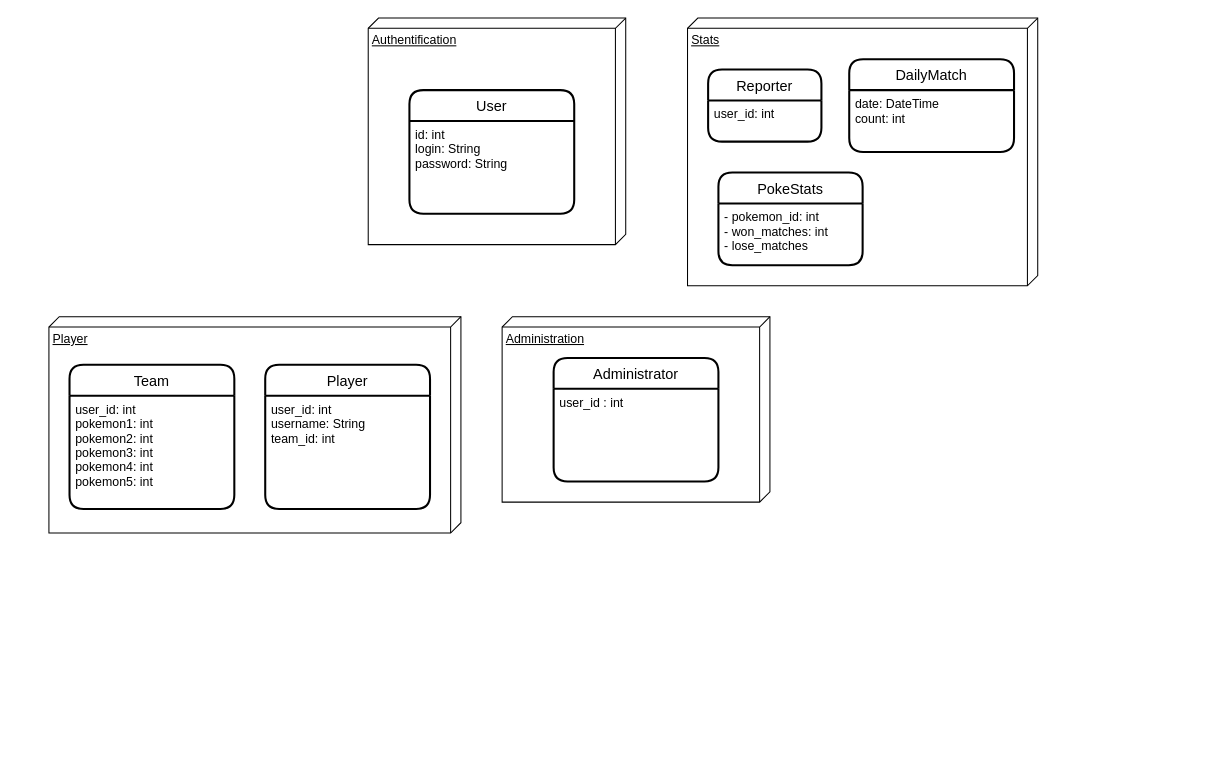
The draw.io diagram page "Page-2" (2 of 2) of doc/diagram.drawio in Hugov8/pokefumi-micros-services, before the edit. Source tidied: cells renumbered, new cells numbered last; positions are measured from the earlier drawing's top-left corner, leaving out a move shared by most shapes. Both pictures are drawn from the tidied source at 103%, with x=0, y=0 at pixel (48, 18).
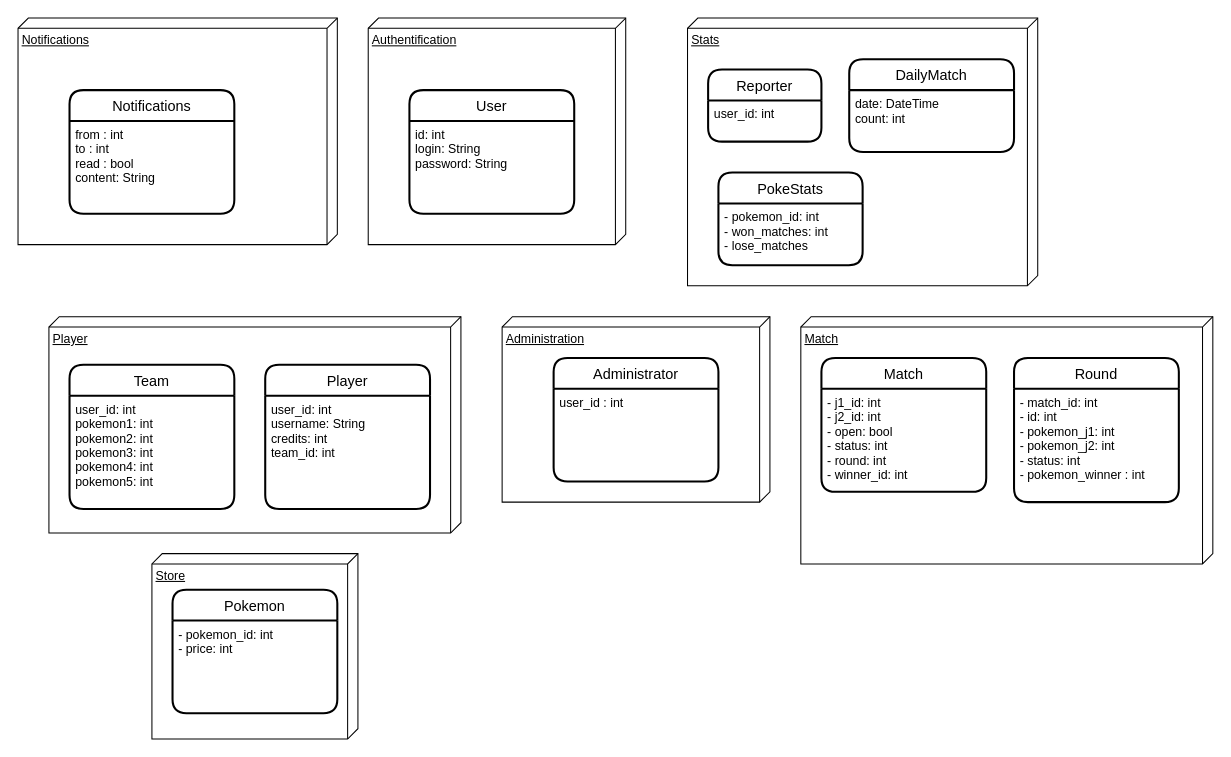
Above is the later version.

The change refers to these unchanged cells:
```xml
<mxCell id="8" value="Player" style="swimlane;horizontal=1;startSize=30;rounded=1;fontSize=14;fontStyle=0;strokeWidth=2;shadow=0;dashed=0;align=center;" parent="6" vertex="1">
  <mxGeometry x="210" y="46.7" width="160" height="140" as="geometry" />
</mxCell>
```

Diff of the diagram source:
```diff
@@
-    <mxCell id="9" value="user_id: int&#10;username: String&#10;team_id: int" style="align=left;strokeColor=none;fillColor=none;spacingLeft=4;fontSize=12;verticalAlign=top;" parent="8" vertex="1">
+    <mxCell id="9" value="user_id: int&#10;username: String&#10;credits: int&#10;team_id: int" style="align=left;strokeColor=none;fillColor=none;spacingLeft=4;fontSize=12;verticalAlign=top;" parent="8" vertex="1">
       <mxGeometry y="30" width="160" height="110" as="geometry" />
     </mxCell>
@@
+    <mxCell id="23" value="Match" style="verticalAlign=top;align=left;spacingTop=8;spacingLeft=2;spacingRight=12;shape=cube;size=10;direction=south;fontStyle=4;html=1;" parent="1" vertex="1">
+      <mxGeometry x="730" y="290" width="400" height="240" as="geometry" />
+    </mxCell>
+    <mxCell id="24" value="Match" style="swimlane;horizontal=1;startSize=30;rounded=1;fontSize=14;fontStyle=0;strokeWidth=2;shadow=0;dashed=0;align=center;" parent="1" vertex="1">
+      <mxGeometry x="750" y="330" width="160" height="130" as="geometry" />
+    </mxCell>
+    <mxCell id="25" value="- j1_id: int&#10;- j2_id: int&#10;- open: bool&#10;- status: int&#10;- round: int&#10;- winner_id: int" style="align=left;strokeColor=none;fillColor=none;spacingLeft=4;fontSize=12;verticalAlign=top;" parent="24" vertex="1">
+      <mxGeometry y="30" width="160" height="100" as="geometry" />
+    </mxCell>
+    <mxCell id="26" value="Round" style="swimlane;horizontal=1;startSize=30;rounded=1;fontSize=14;fontStyle=0;strokeWidth=2;shadow=0;dashed=0;align=center;" parent="1" vertex="1">
+      <mxGeometry x="937" y="330" width="160" height="140" as="geometry" />
+    </mxCell>
+    <mxCell id="27" value="- match_id: int&#10;- id: int&#10;- pokemon_j1: int&#10;- pokemon_j2: int&#10;- status: int&#10;- pokemon_winner : int" style="align=left;strokeColor=none;fillColor=none;spacingLeft=4;fontSize=12;verticalAlign=top;" parent="26" vertex="1">
+      <mxGeometry y="30" width="160" height="110" as="geometry" />
+    </mxCell>
+    <mxCell id="28" value="Notifications" style="verticalAlign=top;align=left;spacingTop=8;spacingLeft=2;spacingRight=12;shape=cube;size=10;direction=south;fontStyle=4;html=1;" parent="1" vertex="1">
+      <mxGeometry x="-30" width="310" height="220" as="geometry" />
+    </mxCell>
+    <mxCell id="29" value="Notifications" style="swimlane;horizontal=1;startSize=30;rounded=1;fontSize=14;fontStyle=0;strokeWidth=2;shadow=0;dashed=0;align=center;" parent="1" vertex="1">
+      <mxGeometry x="20" y="70" width="160" height="120" as="geometry" />
+    </mxCell>
+    <mxCell id="30" value="from : int&#10;to : int&#10;read : bool&#10;content: String" style="align=left;strokeColor=none;fillColor=none;spacingLeft=4;fontSize=12;verticalAlign=top;" parent="29" vertex="1">
+      <mxGeometry y="30" width="160" height="90" as="geometry" />
+    </mxCell>
+    <mxCell id="31" value="Store" style="verticalAlign=top;align=left;spacingTop=8;spacingLeft=2;spacingRight=12;shape=cube;size=10;direction=south;fontStyle=4;html=1;" parent="1" vertex="1">
+      <mxGeometry x="100" y="520" width="200" height="180" as="geometry" />
+    </mxCell>
+    <mxCell id="32" value="Pokemon" style="swimlane;horizontal=1;startSize=30;rounded=1;fontSize=14;fontStyle=0;strokeWidth=2;shadow=0;dashed=0;align=center;" parent="1" vertex="1">
+      <mxGeometry x="120" y="555" width="160" height="120" as="geometry" />
+    </mxCell>
+    <mxCell id="33" value="- pokemon_id: int&#10;- price: int" style="align=left;strokeColor=none;fillColor=none;spacingLeft=4;fontSize=12;verticalAlign=top;" parent="32" vertex="1">
+      <mxGeometry y="30" width="160" height="90" as="geometry" />
+    </mxCell>
```
